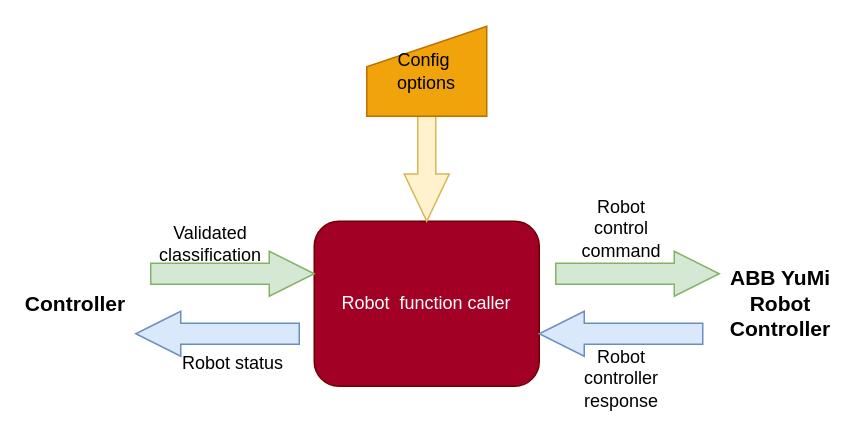
Earlier version of the draw.io diagram robot.drawio (GreatSharky/CoHSCI). Source tidied: cells renumbered, new cells numbered last; positions are measured from the earlier drawing's top-left corner, leaving out a move shared by most shapes. Both pictures are drawn from the tidied source at 150%, with x=0, y=0 at pixel (30, 26).
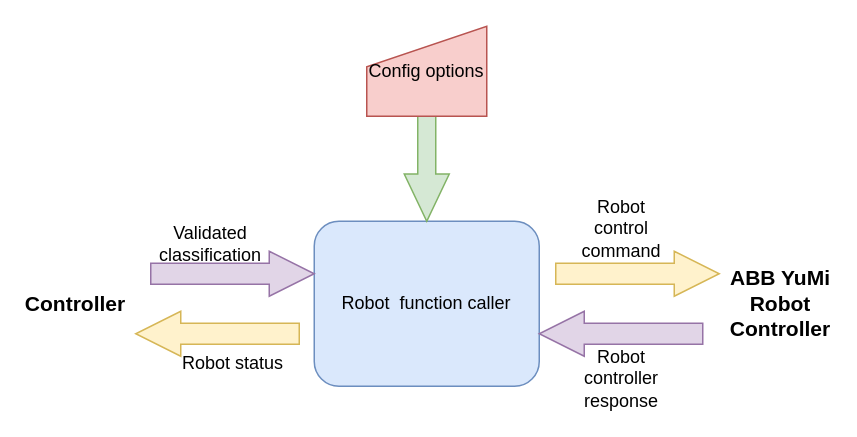
After the change.

Change to the diagram source:
```diff
@@
 <mxGraphModel>
   <root>
     <mxCell id="0" />
     <mxCell id="1" parent="0" />
-    <mxCell id="2" value="Robot&amp;nbsp; function caller" style="rounded=1;whiteSpace=wrap;html=1;fillColor=#a20025;fontColor=#ffffff;strokeColor=#6F0000;" parent="1" vertex="1">
+    <mxCell id="2" value="Robot&amp;nbsp; function caller" style="rounded=1;whiteSpace=wrap;html=1;fillColor=#dae8fc;strokeColor=#6c8ebf;" parent="1" vertex="1">
       <mxGeometry x="189" y="130" width="150" height="110" as="geometry" />
     </mxCell>
     <mxCell id="3" value="Controller" style="text;html=1;whiteSpace=wrap;strokeColor=none;fillColor=none;align=center;verticalAlign=middle;rounded=0;fontSize=14;fontStyle=1;" parent="1" vertex="1">
       <mxGeometry y="170" width="60" height="30" as="geometry" />
     </mxCell>
     <mxCell id="4" value="Validated classification" style="text;html=1;whiteSpace=wrap;strokeColor=none;fillColor=none;align=center;verticalAlign=middle;rounded=0;" parent="1" vertex="1">
       <mxGeometry x="90" y="130" width="60" height="30" as="geometry" />
     </mxCell>
-    <mxCell id="5" style="shape=singleArrow;whiteSpace=wrap;html=1;arrowWidth=0.4;arrowSize=0.35;rotation=90;fillColor=#fff2cc;strokeColor=#d6b656;" parent="1" vertex="1">
+    <mxCell id="5" style="shape=singleArrow;whiteSpace=wrap;html=1;arrowWidth=0.4;arrowSize=0.35;rotation=90;fillColor=#d5e8d4;strokeColor=#82b366;" parent="1" vertex="1">
       <mxGeometry x="219" y="70" width="90" height="30" as="geometry" />
     </mxCell>
     <mxCell id="6" value="Robot control command" style="text;html=1;whiteSpace=wrap;strokeColor=none;fillColor=none;align=center;verticalAlign=middle;rounded=0;" parent="1" vertex="1">
       <mxGeometry x="363.5" y="120" width="60" height="30" as="geometry" />
     </mxCell>
-    <mxCell id="7" value="Config&amp;nbsp;&lt;div&gt;options&lt;/div&gt;" style="shape=manualInput;whiteSpace=wrap;html=1;size=27;fillColor=#f0a30a;fontColor=#000000;strokeColor=#BD7000;" parent="1" vertex="1">
+    <mxCell id="7" value="Config&amp;nbsp;&lt;span style=&quot;background-color: transparent; color: light-dark(rgb(0, 0, 0), rgb(255, 255, 255));&quot;&gt;options&lt;/span&gt;" style="shape=manualInput;whiteSpace=wrap;html=1;size=27;fillColor=#f8cecc;strokeColor=#b85450;" parent="1" vertex="1">
       <mxGeometry x="224" width="80" height="60" as="geometry" />
     </mxCell>
-    <mxCell id="8" style="shape=singleArrow;whiteSpace=wrap;html=1;arrowWidth=0.4666666666666667;arrowSize=0.27522935779816515;fillColor=#d5e8d4;strokeColor=#82b366;" parent="1" vertex="1">
+    <mxCell id="8" style="shape=singleArrow;whiteSpace=wrap;html=1;arrowWidth=0.4666666666666667;arrowSize=0.27522935779816515;fillColor=#e1d5e7;strokeColor=#9673a6;" parent="1" vertex="1">
       <mxGeometry x="80" y="150" width="109" height="30" as="geometry" />
     </mxCell>
-    <mxCell id="9" style="shape=singleArrow;whiteSpace=wrap;html=1;arrowWidth=0.4666666666666667;arrowSize=0.27522935779816515;fillColor=#d5e8d4;strokeColor=#82b366;" parent="1" vertex="1">
+    <mxCell id="9" style="shape=singleArrow;whiteSpace=wrap;html=1;arrowWidth=0.4666666666666667;arrowSize=0.27522935779816515;fillColor=#fff2cc;strokeColor=#d6b656;" parent="1" vertex="1">
       <mxGeometry x="350" y="150" width="109" height="30" as="geometry" />
     </mxCell>
-    <mxCell id="10" style="shape=singleArrow;whiteSpace=wrap;html=1;arrowWidth=0.4666666666666667;arrowSize=0.27522935779816515;fillColor=#dae8fc;strokeColor=#6c8ebf;rotation=-180;" parent="1" vertex="1">
+    <mxCell id="10" style="shape=singleArrow;whiteSpace=wrap;html=1;arrowWidth=0.4666666666666667;arrowSize=0.27522935779816515;fillColor=#e1d5e7;strokeColor=#9673a6;rotation=-180;" parent="1" vertex="1">
       <mxGeometry x="339" y="190" width="109" height="30" as="geometry" />
     </mxCell>
     <mxCell id="11" value="Robot status" style="text;html=1;whiteSpace=wrap;strokeColor=none;fillColor=none;align=center;verticalAlign=middle;rounded=0;" parent="1" vertex="1">
       <mxGeometry x="99.5" y="210" width="70" height="30" as="geometry" />
     </mxCell>
     <mxCell id="12" value="ABB YuMi Robot Controller" style="text;html=1;whiteSpace=wrap;strokeColor=none;fillColor=none;align=center;verticalAlign=middle;rounded=0;fontSize=14;fontStyle=1;" parent="1" vertex="1">
       <mxGeometry x="470" y="170" width="60" height="30" as="geometry" />
     </mxCell>
     <mxCell id="13" value="Robot controller response" style="text;html=1;whiteSpace=wrap;strokeColor=none;fillColor=none;align=center;verticalAlign=middle;rounded=0;" parent="1" vertex="1">
       <mxGeometry x="363.5" y="220" width="60" height="30" as="geometry" />
     </mxCell>
-    <mxCell id="14" style="shape=singleArrow;whiteSpace=wrap;html=1;arrowWidth=0.4666666666666667;arrowSize=0.27522935779816515;fillColor=#dae8fc;strokeColor=#6c8ebf;rotation=-180;" parent="1" vertex="1">
+    <mxCell id="14" style="shape=singleArrow;whiteSpace=wrap;html=1;arrowWidth=0.4666666666666667;arrowSize=0.27522935779816515;fillColor=#fff2cc;strokeColor=#d6b656;rotation=-180;" parent="1" vertex="1">
       <mxGeometry x="70" y="190" width="109" height="30" as="geometry" />
     </mxCell>
   </root>
 </mxGraphModel>
```
